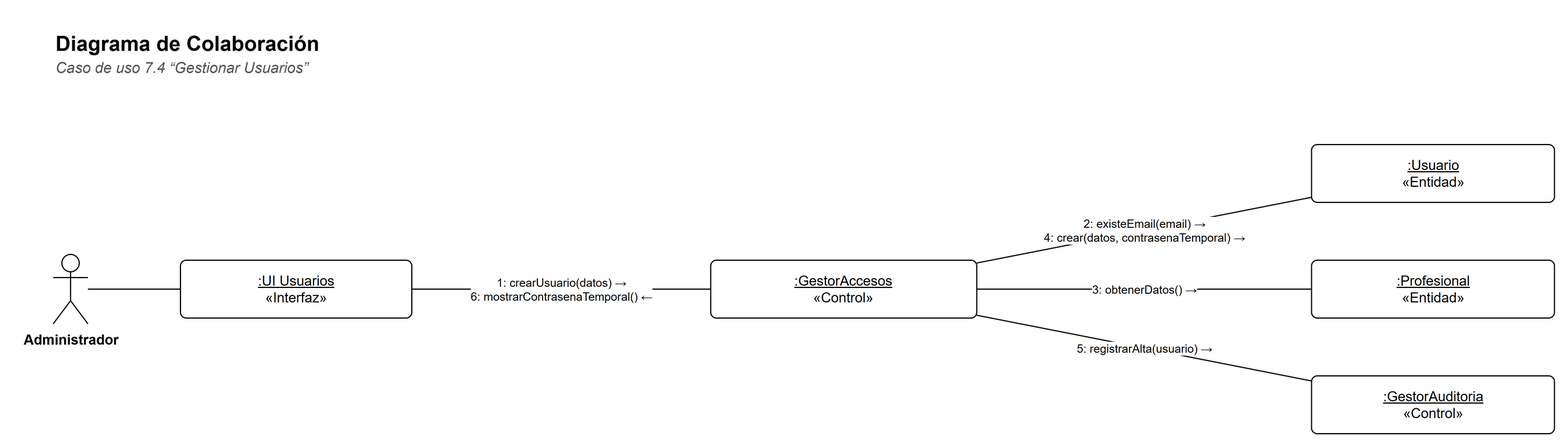
Matiglorioso/kineturnos keeps this draw.io diagram as docs/diagramas/colaboracion-7-4.png. Above is the earlier version. Source tidied: cells renumbered, new cells last; positions are measured from the earlier drawing's top-left corner, leaving out a move shared by most shapes.
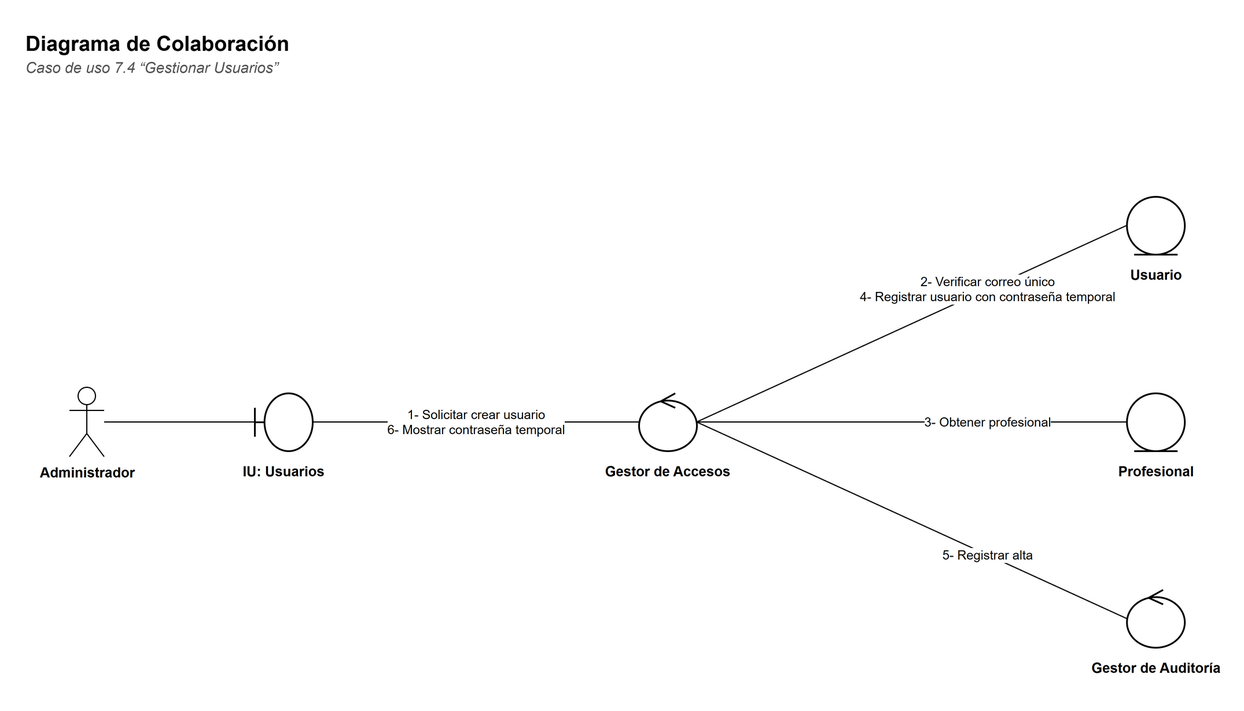
The same diagram one commit later.

Diff of the diagram source:
```diff
@@ -9,37 +9,52 @@
       <mxGeometry y="24" width="900" height="20" as="geometry" />
     </mxCell>
     <mxCell id="4" value="Administrador" style="shape=umlActor;verticalLabelPosition=bottom;verticalAlign=top;html=1;outlineConnect=0;fillColor=#FFFFFF;strokeColor=#000000;fontFamily=Helvetica;fontSize=12;fontStyle=1;" parent="1" vertex="1">
-      <mxGeometry y="200" width="30" height="60" as="geometry" />
+      <mxGeometry x="40" y="315" width="30" height="60" as="geometry" />
     </mxCell>
-    <mxCell id="5" value="&lt;u&gt;:UI Usuarios&lt;/u&gt;&lt;br&gt;«Interfaz»" style="rounded=0;whiteSpace=wrap;html=1;fillColor=#FFFFFF;strokeColor=#000000;fontFamily=Helvetica;fontSize=12;rounded=1;arcSize=10;" parent="1" vertex="1">
-      <mxGeometry x="110" y="205" width="200" height="50" as="geometry" />
+    <mxCell id="5" style="shape=umlBoundary;html=1;fillColor=#FFFFFF;strokeColor=#000000;strokeWidth=1.5;" parent="1" vertex="1">
+      <mxGeometry x="200" y="320" width="50" height="50" as="geometry" />
     </mxCell>
-    <mxCell id="6" value="&lt;u&gt;:GestorAccesos&lt;/u&gt;&lt;br&gt;«Control»" style="rounded=0;whiteSpace=wrap;html=1;fillColor=#FFFFFF;strokeColor=#000000;fontFamily=Helvetica;fontSize=12;rounded=1;arcSize=10;" parent="1" vertex="1">
-      <mxGeometry x="568.4" y="205" width="230" height="50" as="geometry" />
+    <mxCell id="6" value="&lt;b&gt;IU: Usuarios&lt;/b&gt;" style="text;html=1;strokeColor=none;fillColor=none;align=left;verticalAlign=top;whiteSpace=wrap;fontFamily=Helvetica;align=center;fontSize=12;" parent="1" vertex="1">
+      <mxGeometry x="160" y="374" width="130" height="40" as="geometry" />
     </mxCell>
-    <mxCell id="7" value="&lt;u&gt;:Usuario&lt;/u&gt;&lt;br&gt;«Entidad»" style="rounded=0;whiteSpace=wrap;html=1;fillColor=#FFFFFF;strokeColor=#000000;fontFamily=Helvetica;fontSize=12;rounded=1;arcSize=10;" parent="1" vertex="1">
-      <mxGeometry x="1087.8" y="105" width="210" height="50" as="geometry" />
+    <mxCell id="7" style="shape=umlControl;html=1;fillColor=#FFFFFF;strokeColor=#000000;strokeWidth=1.5;" parent="1" vertex="1">
+      <mxGeometry x="532" y="320" width="50" height="50" as="geometry" />
     </mxCell>
-    <mxCell id="8" value="&lt;u&gt;:Profesional&lt;/u&gt;&lt;br&gt;«Entidad»" style="rounded=0;whiteSpace=wrap;html=1;fillColor=#FFFFFF;strokeColor=#000000;fontFamily=Helvetica;fontSize=12;rounded=1;arcSize=10;" parent="1" vertex="1">
-      <mxGeometry x="1087.8" y="205" width="210" height="50" as="geometry" />
+    <mxCell id="8" value="&lt;b&gt;Gestor de Accesos&lt;/b&gt;" style="text;html=1;strokeColor=none;fillColor=none;align=left;verticalAlign=top;whiteSpace=wrap;fontFamily=Helvetica;align=center;fontSize=12;" parent="1" vertex="1">
+      <mxGeometry x="492" y="374" width="130" height="40" as="geometry" />
     </mxCell>
-    <mxCell id="9" value="&lt;u&gt;:GestorAuditoria&lt;/u&gt;&lt;br&gt;«Control»" style="rounded=0;whiteSpace=wrap;html=1;fillColor=#FFFFFF;strokeColor=#000000;fontFamily=Helvetica;fontSize=12;rounded=1;arcSize=10;" parent="1" vertex="1">
-      <mxGeometry x="1087.8" y="305" width="210" height="50" as="geometry" />
+    <mxCell id="9" style="shape=umlEntity;html=1;fillColor=#FFFFFF;strokeColor=#000000;strokeWidth=1.5;" parent="1" vertex="1">
+      <mxGeometry x="953.6" y="150" width="50" height="50" as="geometry" />
     </mxCell>
-    <mxCell id="10" style="edgeStyle=none;html=1;endArrow=none;endFill=0;strokeColor=#000000;fontFamily=Helvetica;fontSize=11;labelBackgroundColor=#FFFFFF;" parent="1" edge="1" source="4" target="5">
-      <mxGeometry relative="1" as="geometry" />
+    <mxCell id="10" value="&lt;b&gt;Usuario&lt;/b&gt;" style="text;html=1;strokeColor=none;fillColor=none;align=left;verticalAlign=top;whiteSpace=wrap;fontFamily=Helvetica;align=center;fontSize=12;" parent="1" vertex="1">
+      <mxGeometry x="913.6" y="204" width="130" height="40" as="geometry" />
     </mxCell>
-    <mxCell id="11" value="1: crearUsuario(datos) →&lt;br&gt;6: mostrarContrasenaTemporal() ←" style="edgeStyle=none;html=1;endArrow=none;endFill=0;strokeColor=#000000;fontFamily=Helvetica;fontSize=11;labelBackgroundColor=#FFFFFF;fontSize=10;" parent="1" edge="1" source="6" target="5">
-      <mxGeometry relative="1" as="geometry" />
+    <mxCell id="11" style="shape=umlEntity;html=1;fillColor=#FFFFFF;strokeColor=#000000;strokeWidth=1.5;" parent="1" vertex="1">
+      <mxGeometry x="953.6" y="320" width="50" height="50" as="geometry" />
     </mxCell>
-    <mxCell id="12" value="2: existeEmail(email) →&lt;br&gt;4: crear(datos, contrasenaTemporal) →" style="edgeStyle=none;html=1;endArrow=none;endFill=0;strokeColor=#000000;fontFamily=Helvetica;fontSize=11;labelBackgroundColor=#FFFFFF;fontSize=10;" parent="1" edge="1" source="7" target="6">
-      <mxGeometry relative="1" as="geometry" />
+    <mxCell id="12" value="&lt;b&gt;Profesional&lt;/b&gt;" style="text;html=1;strokeColor=none;fillColor=none;align=left;verticalAlign=top;whiteSpace=wrap;fontFamily=Helvetica;align=center;fontSize=12;" parent="1" vertex="1">
+      <mxGeometry x="913.6" y="374" width="130" height="40" as="geometry" />
     </mxCell>
-    <mxCell id="13" value="3: obtenerDatos() →" style="edgeStyle=none;html=1;endArrow=none;endFill=0;strokeColor=#000000;fontFamily=Helvetica;fontSize=11;labelBackgroundColor=#FFFFFF;fontSize=10;" parent="1" edge="1" source="8" target="6">
-      <mxGeometry relative="1" as="geometry" />
+    <mxCell id="13" style="shape=umlControl;html=1;fillColor=#FFFFFF;strokeColor=#000000;strokeWidth=1.5;" parent="1" vertex="1">
+      <mxGeometry x="953.6" y="490" width="50" height="50" as="geometry" />
     </mxCell>
-    <mxCell id="14" value="5: registrarAlta(usuario) →" style="edgeStyle=none;html=1;endArrow=none;endFill=0;strokeColor=#000000;fontFamily=Helvetica;fontSize=11;labelBackgroundColor=#FFFFFF;fontSize=10;" parent="1" edge="1" source="9" target="6">
-      <mxGeometry relative="1" as="geometry" />
+    <mxCell id="14" value="&lt;b&gt;Gestor de Auditoría&lt;/b&gt;" style="text;html=1;strokeColor=none;fillColor=none;align=left;verticalAlign=top;whiteSpace=wrap;fontFamily=Helvetica;align=center;fontSize=12;" parent="1" vertex="1">
+      <mxGeometry x="913.6" y="544" width="130" height="40" as="geometry" />
     </mxCell>
+    <mxCell id="15" style="edgeStyle=none;html=1;endArrow=none;endFill=0;strokeColor=#000000;fontFamily=Helvetica;fontSize=11;labelBackgroundColor=#FFFFFF;" parent="1" edge="1" source="4" target="5">
+      <mxGeometry relative="1" as="geometry" />
+    </mxCell>
+    <mxCell id="16" value="1- Solicitar crear usuario&lt;br&gt;6- Mostrar contraseña temporal" style="edgeStyle=none;html=1;endArrow=none;endFill=0;strokeColor=#000000;fontFamily=Helvetica;fontSize=11;labelBackgroundColor=#FFFFFF;fontSize=11;exitX=1;exitY=0.5;exitDx=0;exitDy=0;entryX=0;entryY=0.5;entryDx=0;entryDy=0;" parent="1" edge="1" source="5" target="7">
+      <mxGeometry relative="1" as="geometry" />
+    </mxCell>
+    <mxCell id="17" value="2- Verificar correo único&lt;br&gt;4- Registrar usuario con contraseña temporal" style="edgeStyle=none;html=1;endArrow=none;endFill=0;strokeColor=#000000;fontFamily=Helvetica;fontSize=11;labelBackgroundColor=#FFFFFF;fontSize=11;exitX=1;exitY=0.5;exitDx=0;exitDy=0;entryX=0;entryY=0.5;entryDx=0;entryDy=0;" parent="1" edge="1" source="7" target="9">
+      <mxGeometry x="0.35" relative="1" as="geometry" />
+    </mxCell>
+    <mxCell id="18" value="3- Obtener profesional" style="edgeStyle=none;html=1;endArrow=none;endFill=0;strokeColor=#000000;fontFamily=Helvetica;fontSize=11;labelBackgroundColor=#FFFFFF;fontSize=11;exitX=1;exitY=0.5;exitDx=0;exitDy=0;entryX=0;entryY=0.5;entryDx=0;entryDy=0;" parent="1" edge="1" source="7" target="11">
+      <mxGeometry x="0.35" relative="1" as="geometry" />
+    </mxCell>
+    <mxCell id="19" value="5- Registrar alta" style="edgeStyle=none;html=1;endArrow=none;endFill=0;strokeColor=#000000;fontFamily=Helvetica;fontSize=11;labelBackgroundColor=#FFFFFF;fontSize=11;exitX=1;exitY=0.5;exitDx=0;exitDy=0;entryX=0;entryY=0.5;entryDx=0;entryDy=0;" parent="1" edge="1" source="7" target="13">
+      <mxGeometry x="0.35" relative="1" as="geometry" />
+    </mxCell>
   </root>
 </mxGraphModel>
```
